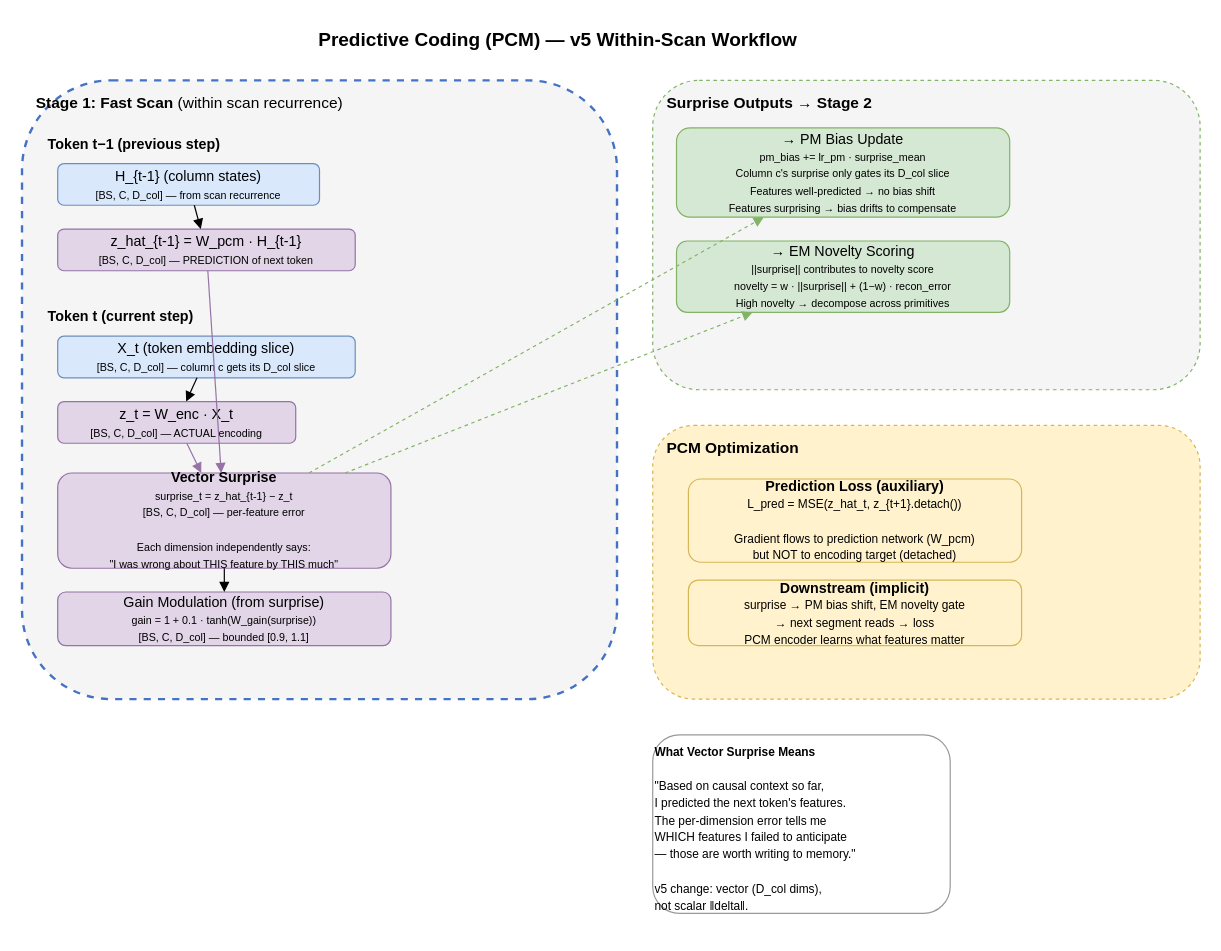
This is docs/diagrams/pcm_workflow.drawio from alxdofficial/neuromorphic, a draw.io file, before an edit. Source tidied: cells renumbered, new cells numbered last; positions are measured from the earlier drawing's top-left corner, leaving out a move shared by most shapes. Both pictures are drawn from the tidied source at 119%, with x=0, y=0 at pixel (21, 20).
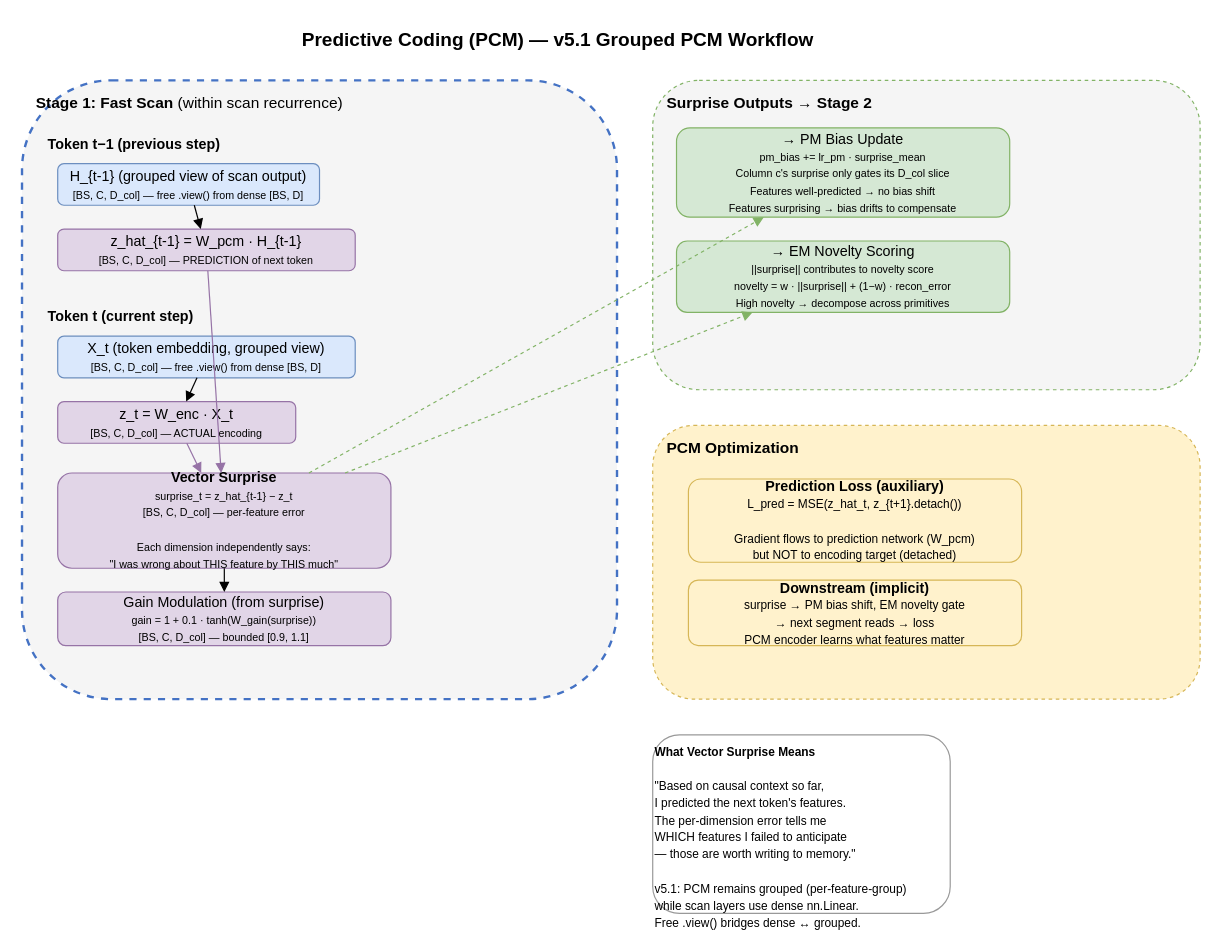
The same diagram, later.

What changed in the source:
```diff
@@
-    <mxCell id="2" value="&lt;b&gt;Predictive Coding (PCM) — v5 Within-Scan Workflow&lt;/b&gt;" style="text;html=1;align=center;fontSize=16;" parent="1" vertex="1">
+    <mxCell id="2" value="&lt;b&gt;Predictive Coding (PCM) — v5.1 Grouped PCM Workflow&lt;/b&gt;" style="text;html=1;align=center;fontSize=16;" parent="1" vertex="1">
       <mxGeometry x="200" width="500" height="30" as="geometry" />
     </mxCell>
@@
-    <mxCell id="6" value="H_{t-1} (column states)&lt;br&gt;&lt;font style=&quot;font-size:9px&quot;&gt;[BS, C, D_col] — from scan recurrence&lt;/font&gt;" style="rounded=1;whiteSpace=wrap;html=1;fillColor=#dae8fc;strokeColor=#6c8ebf;" parent="1" vertex="1">
+    <mxCell id="6" value="H_{t-1} (grouped view of scan output)&lt;br&gt;&lt;font style=&quot;font-size:9px&quot;&gt;[BS, C, D_col] — free .view() from dense [BS, D]&lt;/font&gt;" style="rounded=1;whiteSpace=wrap;html=1;fillColor=#dae8fc;strokeColor=#6c8ebf;" parent="1" vertex="1">
       <mxGeometry x="30" y="120" width="220" height="35" as="geometry" />
     </mxCell>
@@
-    <mxCell id="10" value="X_t (token embedding slice)&lt;br&gt;&lt;font style=&quot;font-size:9px&quot;&gt;[BS, C, D_col] — column c gets its D_col slice&lt;/font&gt;" style="rounded=1;whiteSpace=wrap;html=1;fillColor=#dae8fc;strokeColor=#6c8ebf;" parent="1" vertex="1">
+    <mxCell id="10" value="X_t (token embedding, grouped view)&lt;br&gt;&lt;font style=&quot;font-size:9px&quot;&gt;[BS, C, D_col] — free .view() from dense [BS, D]&lt;/font&gt;" style="rounded=1;whiteSpace=wrap;html=1;fillColor=#dae8fc;strokeColor=#6c8ebf;" parent="1" vertex="1">
       <mxGeometry x="30" y="265" width="250" height="35" as="geometry" />
     </mxCell>
@@
-    <mxCell id="28" value="&lt;font style=&quot;font-size:10px&quot;&gt;&lt;b&gt;What Vector Surprise Means&lt;/b&gt;&lt;br&gt;&lt;br&gt;&quot;Based on causal context so far,&lt;br&gt;I predicted the next token's features.&lt;br&gt;The per-dimension error tells me&lt;br&gt;WHICH features I failed to anticipate&lt;br&gt;— those are worth writing to memory.&quot;&lt;br&gt;&lt;br&gt;v5 change: vector (D_col dims),&lt;br&gt;not scalar ‖delta‖.&lt;/font&gt;" style="text;html=1;align=left;verticalAlign=top;fillColor=none;strokeColor=#999999;rounded=1;" parent="1" vertex="1">
+    <mxCell id="28" value="&lt;font style=&quot;font-size:10px&quot;&gt;&lt;b&gt;What Vector Surprise Means&lt;/b&gt;&lt;br&gt;&lt;br&gt;&quot;Based on causal context so far,&lt;br&gt;I predicted the next token's features.&lt;br&gt;The per-dimension error tells me&lt;br&gt;WHICH features I failed to anticipate&lt;br&gt;— those are worth writing to memory.&quot;&lt;br&gt;&lt;br&gt;v5.1: PCM remains grouped (per-feature-group)&lt;br&gt;while scan layers use dense nn.Linear.&lt;br&gt;Free .view() bridges dense ↔ grouped.&lt;/font&gt;" style="text;html=1;align=left;verticalAlign=top;fillColor=none;strokeColor=#999999;rounded=1;" parent="1" vertex="1">
       <mxGeometry x="530" y="600" width="250" height="150" as="geometry" />
     </mxCell>
```
